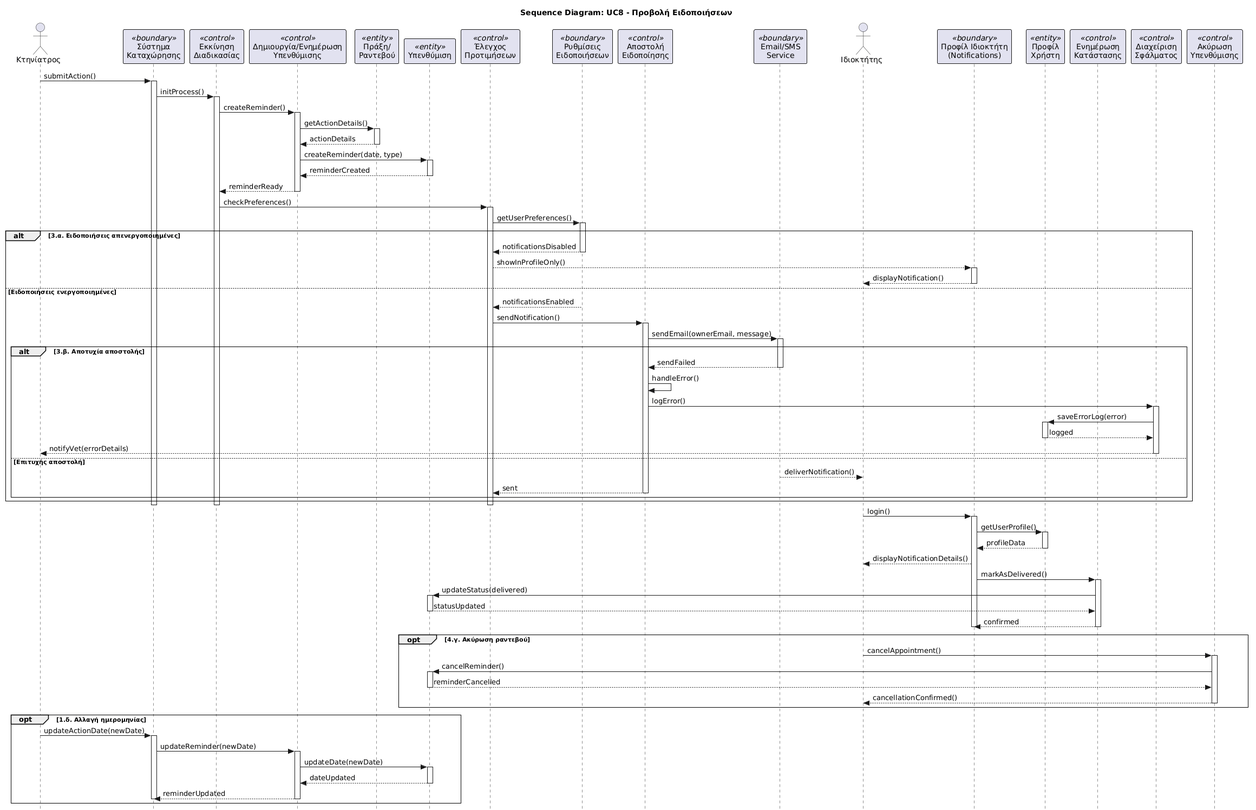
Earlier version of the PlantUML export sequenceDiagram_uc8.png (Dellos-code/VetPro). The source it was exported from:
```plantuml
@startuml
skinparam style strictuml
skinparam backgroundColor white
skinparam defaultFontName Arial
skinparam sequenceArrowThickness 1
skinparam sequenceParticipantBorderThickness 1
skinparam sequenceGroupBorderThickness 1

title Sequence Diagram: UC8 - Προβολή Ειδοποιήσεων

actor "Κτηνίατρος" as Vet
participant "Σύστημα\nΚαταχώρησης" as B_Entry <<boundary>>
participant "Εκκίνηση\nΔιαδικασίας" as C_Init <<control>>
participant "Δημιουργία/Ενημέρωση\nΥπενθύμισης" as C_CreateReminder <<control>>
participant "Πράξη/\nΡαντεβού" as E_Act <<entity>>
participant "Υπενθύμιση" as E_Reminder <<entity>>
participant "Έλεγχος\nΠροτιμήσεων" as C_CheckPrefs <<control>>
participant "Ρυθμίσεις\nΕιδοποιήσεων" as B_Settings <<boundary>>
participant "Αποστολή\nΕιδοποίησης" as C_Send <<control>>
participant "Email/SMS\nService" as B_EmailSMS <<boundary>>
actor "Ιδιοκτήτης" as Owner
participant "Προφίλ Ιδιοκτήτη\n(Notifications)" as B_Profile <<boundary>>
participant "Προφίλ\nΧρήστη" as E_UserProfile <<entity>>
participant "Ενημέρωση\nΚατάστασης" as C_MarkDelivered <<control>>

Vet -> B_Entry : submitAction()
activate B_Entry

B_Entry -> C_Init : initProcess()
activate C_Init

C_Init -> C_CreateReminder : createReminder()
activate C_CreateReminder

C_CreateReminder -> E_Act : getActionDetails()
activate E_Act
E_Act --> C_CreateReminder : actionDetails
deactivate E_Act

C_CreateReminder -> E_Reminder : createReminder(date, type)
activate E_Reminder
E_Reminder --> C_CreateReminder : reminderCreated
deactivate E_Reminder

C_CreateReminder --> C_Init : reminderReady
deactivate C_CreateReminder

C_Init -> C_CheckPrefs : checkPreferences()
activate C_CheckPrefs

C_CheckPrefs -> B_Settings : getUserPreferences()
activate B_Settings

alt 3.α. Ειδοποιήσεις απενεργοποιημένες
    B_Settings --> C_CheckPrefs : notificationsDisabled
    deactivate B_Settings
    C_CheckPrefs --> B_Profile : showInProfileOnly()
    activate B_Profile
    B_Profile --> Owner : displayNotification()
    deactivate B_Profile

else Ειδοποιήσεις ενεργοποιημένες
    B_Settings --> C_CheckPrefs : notificationsEnabled
    deactivate B_Settings
    C_CheckPrefs -> C_Send : sendNotification()
    activate C_Send

    C_Send -> B_EmailSMS : sendEmail(ownerEmail, message)
    activate B_EmailSMS

    alt 3.β. Αποτυχία αποστολής
        B_EmailSMS --> C_Send : sendFailed
        deactivate B_EmailSMS
        C_Send -> C_Send : handleError()

        participant "Διαχείριση\nΣφάλματος" as C_Error <<control>>
        C_Send -> C_Error : logError()
        activate C_Error
        C_Error -> E_UserProfile : saveErrorLog(error)
        activate E_UserProfile
        E_UserProfile --> C_Error : logged
        deactivate E_UserProfile
        C_Error --> Vet : notifyVet(errorDetails)
        deactivate C_Error

    else Επιτυχής αποστολή
        B_EmailSMS --> Owner : deliverNotification()
        deactivate B_EmailSMS
        C_Send --> C_CheckPrefs : sent
        deactivate C_Send
    end

end

deactivate C_CheckPrefs
deactivate C_Init
deactivate B_Entry

Owner -> B_Profile : login()
activate B_Profile
B_Profile -> E_UserProfile : getUserProfile()
activate E_UserProfile
E_UserProfile --> B_Profile : profileData
deactivate E_UserProfile
B_Profile --> Owner : displayNotificationDetails()

B_Profile -> C_MarkDelivered : markAsDelivered()
activate C_MarkDelivered
C_MarkDelivered -> E_Reminder : updateStatus(delivered)
activate E_Reminder
E_Reminder --> C_MarkDelivered : statusUpdated
deactivate E_Reminder
C_MarkDelivered --> B_Profile : confirmed
deactivate C_MarkDelivered
deactivate B_Profile

opt 4.γ. Ακύρωση ραντεβού
    participant "Ακύρωση\nΥπενθύμισης" as C_Cancel <<control>>
    Owner -> C_Cancel : cancelAppointment()
    activate C_Cancel
    C_Cancel -> E_Reminder : cancelReminder()
    activate E_Reminder
    E_Reminder --> C_Cancel : reminderCancelled
    deactivate E_Reminder
    C_Cancel --> Owner : cancellationConfirmed()
    deactivate C_Cancel
end

opt 1.δ. Αλλαγή ημερομηνίας
    Vet -> B_Entry : updateActionDate(newDate)
    activate B_Entry
    B_Entry -> C_CreateReminder : updateReminder(newDate)
    activate C_CreateReminder
    C_CreateReminder -> E_Reminder : updateDate(newDate)
    activate E_Reminder
    E_Reminder --> C_CreateReminder : dateUpdated
    deactivate E_Reminder
    C_CreateReminder --> B_Entry : reminderUpdated
    deactivate C_CreateReminder
    deactivate B_Entry
end
@enduml
```
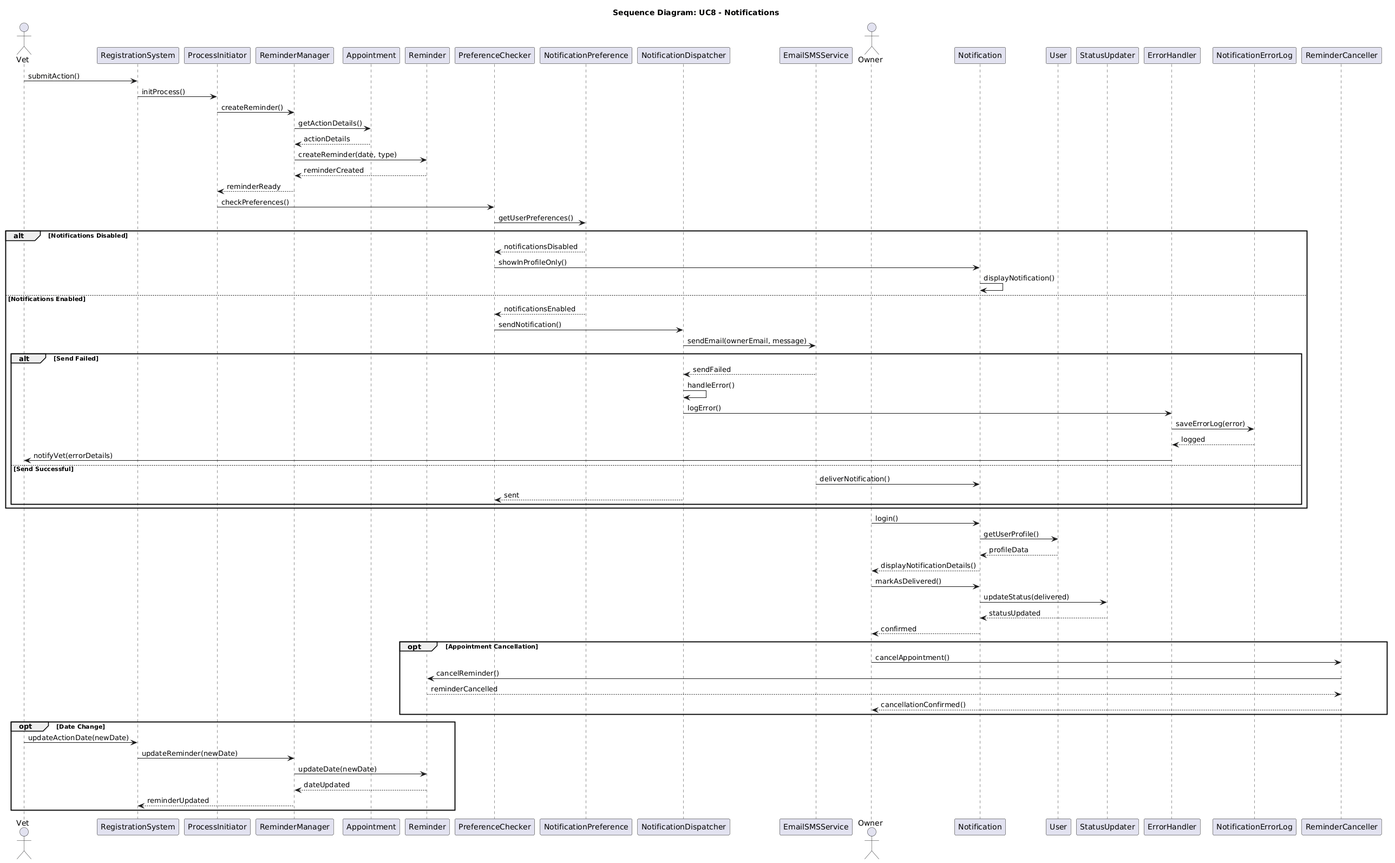
Later version of the same file.

The edit, as a diff of the source:
```diff
@@ -1,142 +1,78 @@
 @startuml
-skinparam style strictuml
-skinparam backgroundColor white
-skinparam defaultFontName Arial
-skinparam sequenceArrowThickness 1
-skinparam sequenceParticipantBorderThickness 1
-skinparam sequenceGroupBorderThickness 1
+title Sequence Diagram: UC8 - Notifications
 
-title Sequence Diagram: UC8 - Προβολή Ειδοποιήσεων
+actor Vet
+participant RegistrationSystem
+participant ProcessInitiator
+participant ReminderManager
+participant Appointment
+participant Reminder
+participant PreferenceChecker
+participant NotificationPreference
+participant NotificationDispatcher
+participant EmailSMSService
+actor Owner
+participant Notification
+participant User
+participant StatusUpdater
+participant ErrorHandler
+participant NotificationErrorLog
+participant ReminderCanceller
 
-actor "Κτηνίατρος" as Vet
-participant "Σύστημα\nΚαταχώρησης" as B_Entry <<boundary>>
-participant "Εκκίνηση\nΔιαδικασίας" as C_Init <<control>>
-participant "Δημιουργία/Ενημέρωση\nΥπενθύμισης" as C_CreateReminder <<control>>
-participant "Πράξη/\nΡαντεβού" as E_Act <<entity>>
-participant "Υπενθύμιση" as E_Reminder <<entity>>
-participant "Έλεγχος\nΠροτιμήσεων" as C_CheckPrefs <<control>>
-participant "Ρυθμίσεις\nΕιδοποιήσεων" as B_Settings <<boundary>>
-participant "Αποστολή\nΕιδοποίησης" as C_Send <<control>>
-participant "Email/SMS\nService" as B_EmailSMS <<boundary>>
-actor "Ιδιοκτήτης" as Owner
-participant "Προφίλ Ιδιοκτήτη\n(Notifications)" as B_Profile <<boundary>>
-participant "Προφίλ\nΧρήστη" as E_UserProfile <<entity>>
-participant "Ενημέρωση\nΚατάστασης" as C_MarkDelivered <<control>>
+Vet -> RegistrationSystem : submitAction()
+RegistrationSystem -> ProcessInitiator : initProcess()
+ProcessInitiator -> ReminderManager : createReminder()
+ReminderManager -> Appointment : getActionDetails()
+Appointment --> ReminderManager : actionDetails
+ReminderManager -> Reminder : createReminder(date, type)
+Reminder --> ReminderManager : reminderCreated
+ReminderManager --> ProcessInitiator : reminderReady
+ProcessInitiator -> PreferenceChecker : checkPreferences()
+PreferenceChecker -> NotificationPreference : getUserPreferences()
 
-Vet -> B_Entry : submitAction()
-activate B_Entry
+alt Notifications Disabled
+    NotificationPreference --> PreferenceChecker : notificationsDisabled
+    PreferenceChecker -> Notification : showInProfileOnly()
+    Notification -> Notification : displayNotification()
+else Notifications Enabled
+    NotificationPreference --> PreferenceChecker : notificationsEnabled
+    PreferenceChecker -> NotificationDispatcher : sendNotification()
+    NotificationDispatcher -> EmailSMSService : sendEmail(ownerEmail, message)
 
-B_Entry -> C_Init : initProcess()
-activate C_Init
-
-C_Init -> C_CreateReminder : createReminder()
-activate C_CreateReminder
-
-C_CreateReminder -> E_Act : getActionDetails()
-activate E_Act
-E_Act --> C_CreateReminder : actionDetails
-deactivate E_Act
-
-C_CreateReminder -> E_Reminder : createReminder(date, type)
-activate E_Reminder
-E_Reminder --> C_CreateReminder : reminderCreated
-deactivate E_Reminder
-
-C_CreateReminder --> C_Init : reminderReady
-deactivate C_CreateReminder
-
-C_Init -> C_CheckPrefs : checkPreferences()
-activate C_CheckPrefs
-
-C_CheckPrefs -> B_Settings : getUserPreferences()
-activate B_Settings
-
-alt 3.α. Ειδοποιήσεις απενεργοποιημένες
-    B_Settings --> C_CheckPrefs : notificationsDisabled
-    deactivate B_Settings
-    C_CheckPrefs --> B_Profile : showInProfileOnly()
-    activate B_Profile
-    B_Profile --> Owner : displayNotification()
-    deactivate B_Profile
-
-else Ειδοποιήσεις ενεργοποιημένες
-    B_Settings --> C_CheckPrefs : notificationsEnabled
-    deactivate B_Settings
-    C_CheckPrefs -> C_Send : sendNotification()
-    activate C_Send
-
-    C_Send -> B_EmailSMS : sendEmail(ownerEmail, message)
-    activate B_EmailSMS
-
-    alt 3.β. Αποτυχία αποστολής
-        B_EmailSMS --> C_Send : sendFailed
-        deactivate B_EmailSMS
-        C_Send -> C_Send : handleError()
-
-        participant "Διαχείριση\nΣφάλματος" as C_Error <<control>>
-        C_Send -> C_Error : logError()
-        activate C_Error
-        C_Error -> E_UserProfile : saveErrorLog(error)
-        activate E_UserProfile
-        E_UserProfile --> C_Error : logged
-        deactivate E_UserProfile
-        C_Error --> Vet : notifyVet(errorDetails)
-        deactivate C_Error
-
-    else Επιτυχής αποστολή
-        B_EmailSMS --> Owner : deliverNotification()
-        deactivate B_EmailSMS
-        C_Send --> C_CheckPrefs : sent
-        deactivate C_Send
+    alt Send Failed
+        EmailSMSService --> NotificationDispatcher : sendFailed
+        NotificationDispatcher -> NotificationDispatcher : handleError()
+        NotificationDispatcher -> ErrorHandler : logError()
+        ErrorHandler -> NotificationErrorLog : saveErrorLog(error)
+        NotificationErrorLog --> ErrorHandler : logged
+        ErrorHandler -> Vet : notifyVet(errorDetails)
+    else Send Successful
+        EmailSMSService -> Notification : deliverNotification()
+        NotificationDispatcher --> PreferenceChecker : sent
     end
-
 end
 
-deactivate C_CheckPrefs
-deactivate C_Init
-deactivate B_Entry
+Owner -> Notification : login()
+Notification -> User : getUserProfile()
+User --> Notification : profileData
+Notification --> Owner : displayNotificationDetails()
+Owner -> Notification : markAsDelivered()
+Notification -> StatusUpdater : updateStatus(delivered)
+StatusUpdater --> Notification : statusUpdated
+Notification --> Owner : confirmed
 
-Owner -> B_Profile : login()
-activate B_Profile
-B_Profile -> E_UserProfile : getUserProfile()
-activate E_UserProfile
-E_UserProfile --> B_Profile : profileData
-deactivate E_UserProfile
-B_Profile --> Owner : displayNotificationDetails()
-
-B_Profile -> C_MarkDelivered : markAsDelivered()
-activate C_MarkDelivered
-C_MarkDelivered -> E_Reminder : updateStatus(delivered)
-activate E_Reminder
-E_Reminder --> C_MarkDelivered : statusUpdated
-deactivate E_Reminder
-C_MarkDelivered --> B_Profile : confirmed
-deactivate C_MarkDelivered
-deactivate B_Profile
-
-opt 4.γ. Ακύρωση ραντεβού
-    participant "Ακύρωση\nΥπενθύμισης" as C_Cancel <<control>>
-    Owner -> C_Cancel : cancelAppointment()
-    activate C_Cancel
-    C_Cancel -> E_Reminder : cancelReminder()
-    activate E_Reminder
-    E_Reminder --> C_Cancel : reminderCancelled
-    deactivate E_Reminder
-    C_Cancel --> Owner : cancellationConfirmed()
-    deactivate C_Cancel
+opt Appointment Cancellation
+    Owner -> ReminderCanceller : cancelAppointment()
+    ReminderCanceller -> Reminder : cancelReminder()
+    Reminder --> ReminderCanceller : reminderCancelled
+    ReminderCanceller --> Owner : cancellationConfirmed()
 end
 
-opt 1.δ. Αλλαγή ημερομηνίας
-    Vet -> B_Entry : updateActionDate(newDate)
-    activate B_Entry
-    B_Entry -> C_CreateReminder : updateReminder(newDate)
-    activate C_CreateReminder
-    C_CreateReminder -> E_Reminder : updateDate(newDate)
-    activate E_Reminder
-    E_Reminder --> C_CreateReminder : dateUpdated
-    deactivate E_Reminder
-    C_CreateReminder --> B_Entry : reminderUpdated
-    deactivate C_CreateReminder
-    deactivate B_Entry
+opt Date Change
+    Vet -> RegistrationSystem : updateActionDate(newDate)
+    RegistrationSystem -> ReminderManager : updateReminder(newDate)
+    ReminderManager -> Reminder : updateDate(newDate)
+    Reminder --> ReminderManager : dateUpdated
+    ReminderManager --> RegistrationSystem : reminderUpdated
 end
 @enduml
```
